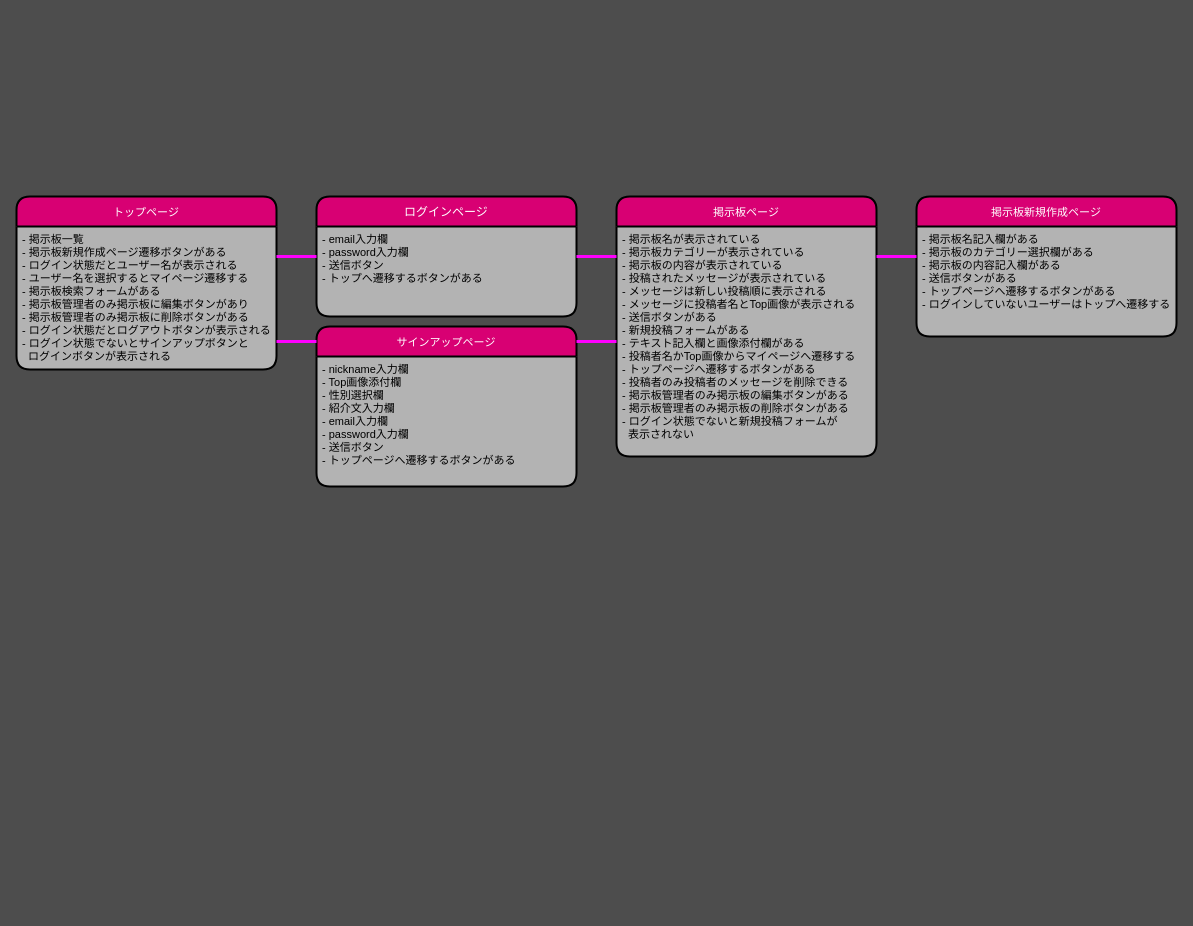
ko-dai0404/cluster-board keeps this draw.io diagram as transition.dio. Above is the earlier version. Source tidied: cells renumbered, new cells numbered last; positions are measured from the earlier drawing's top-left corner, leaving out a move shared by most shapes. Both pictures are drawn from the tidied source at 100%, with x=0, y=0 at pixel (16, 196).
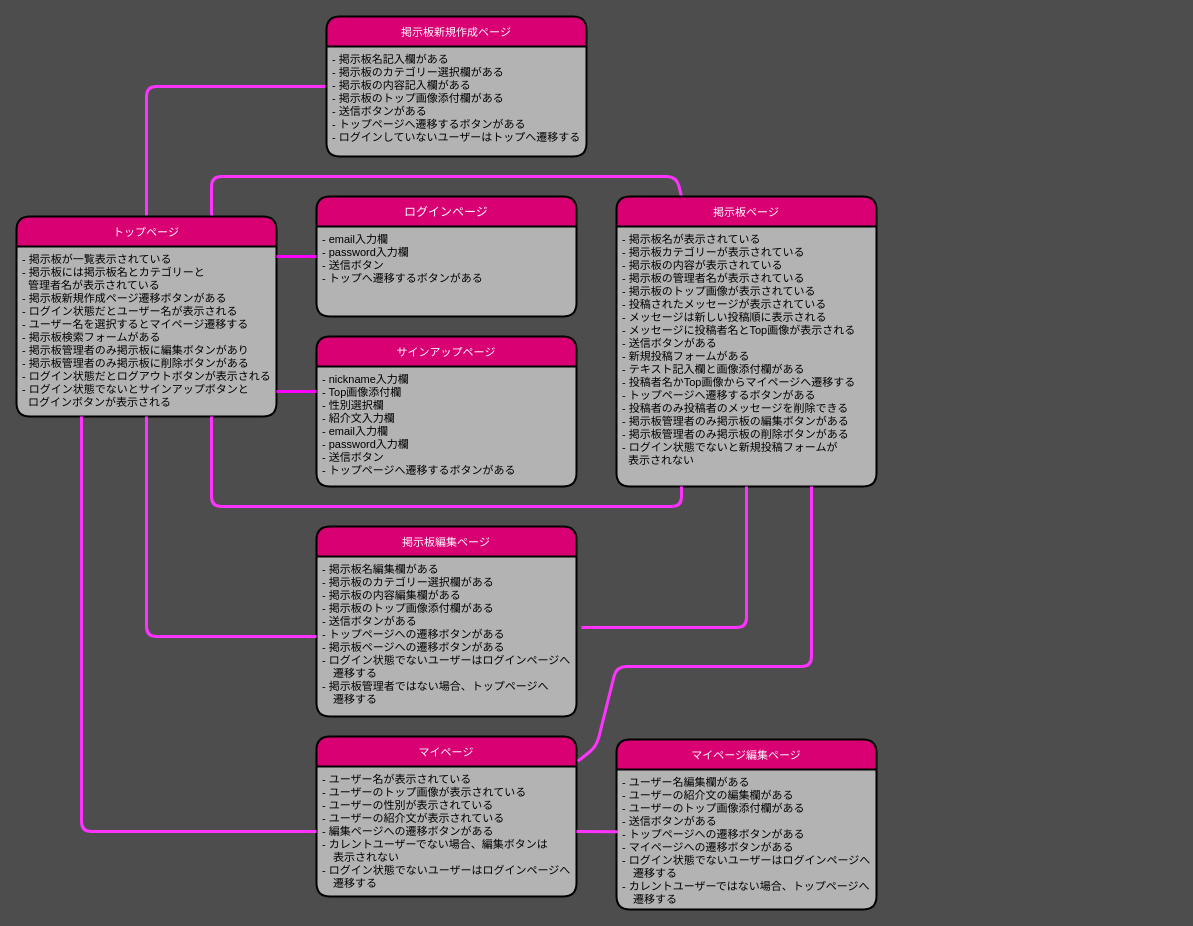
The same diagram, later.

Commit message:
画面遷移図修正

Diff of the diagram source:
```diff
@@
     <mxCell id="4" value="サインアップページ" style="swimlane;horizontal=1;startSize=30;rounded=1;fontSize=11;fontStyle=0;strokeWidth=2;shadow=0;dashed=0;align=center;fillColor=#d80073;fontColor=#ffffff;strokeColor=#000000;swimlaneFillColor=#B3B3B3;" parent="1" vertex="1">
-      <mxGeometry x="300" y="130" width="260" height="160" as="geometry" />
+      <mxGeometry x="300" y="140" width="260" height="150" as="geometry" />
     </mxCell>
     <mxCell id="5" value="- nickname入力欄&#10;- Top画像添付欄&#10;- 性別選択欄&#10;- 紹介文入力欄&#10;- email入力欄&#10;- password入力欄&#10;- 送信ボタン&#10;- トップページへ遷移するボタンがある" style="align=left;strokeColor=none;fillColor=none;spacingLeft=4;fontSize=11;verticalAlign=top;" parent="4" vertex="1">
-      <mxGeometry y="30" width="260" height="130" as="geometry" />
+      <mxGeometry y="30" width="260" height="120" as="geometry" />
     </mxCell>
+    <mxCell id="17" style="edgeStyle=none;html=1;exitX=0.75;exitY=0;exitDx=0;exitDy=0;entryX=0.25;entryY=0;entryDx=0;entryDy=0;endArrow=none;endFill=0;strokeColor=#FF33FF;strokeWidth=3;" parent="1" edge="1" source="6" target="10">
+      <mxGeometry relative="1" as="geometry">
+        <Array as="points">
+          <mxPoint x="195" y="-20" />
+          <mxPoint x="660" y="-20" />
+        </Array>
+      </mxGeometry>
+    </mxCell>
+    <mxCell id="18" style="edgeStyle=none;html=1;exitX=0.5;exitY=0;exitDx=0;exitDy=0;entryX=0;entryY=0.5;entryDx=0;entryDy=0;endArrow=none;endFill=0;strokeColor=#FF33FF;strokeWidth=3;" parent="1" edge="1" source="6" target="8">
+      <mxGeometry relative="1" as="geometry">
+        <Array as="points">
+          <mxPoint x="130" y="-110" />
+        </Array>
+      </mxGeometry>
+    </mxCell>
     <mxCell id="6" value="トップページ" style="swimlane;horizontal=1;startSize=30;rounded=1;fontSize=11;fontStyle=0;strokeWidth=2;shadow=0;dashed=0;align=center;fillColor=#d80073;fontColor=#ffffff;strokeColor=#000000;swimlaneFillColor=#B3B3B3;" parent="1" vertex="1">
-      <mxGeometry width="260" height="173" as="geometry" />
+      <mxGeometry y="20" width="260" height="200" as="geometry" />
     </mxCell>
-    <mxCell id="7" value="- 掲示板一覧&#10;- 掲示板新規作成ページ遷移ボタンがある&#10;- ログイン状態だとユーザー名が表示される&#10;- ユーザー名を選択するとマイページ遷移する&#10;- 掲示板検索フォームがある&#10;- 掲示板管理者のみ掲示板に編集ボタンがあり&#10;- 掲示板管理者のみ掲示板に削除ボタンがある&#10;- ログイン状態だとログアウトボタンが表示される&#10;- ログイン状態でないとサインアップボタンと&#10;  ログインボタンが表示される" style="align=left;strokeColor=none;fillColor=none;spacingLeft=4;fontSize=11;verticalAlign=top;" parent="6" vertex="1">
-      <mxGeometry y="30" width="260" height="143" as="geometry" />
+    <mxCell id="7" value="- 掲示板が一覧表示されている&#10;- 掲示板には掲示板名とカテゴリーと&#10;  管理者名が表示されている&#10;- 掲示板新規作成ページ遷移ボタンがある&#10;- ログイン状態だとユーザー名が表示される&#10;- ユーザー名を選択するとマイページ遷移する&#10;- 掲示板検索フォームがある&#10;- 掲示板管理者のみ掲示板に編集ボタンがあり&#10;- 掲示板管理者のみ掲示板に削除ボタンがある&#10;- ログイン状態だとログアウトボタンが表示される&#10;- ログイン状態でないとサインアップボタンと&#10;  ログインボタンが表示される" style="align=left;strokeColor=none;fillColor=none;spacingLeft=4;fontSize=11;verticalAlign=top;" parent="6" vertex="1">
+      <mxGeometry y="30" width="260" height="170" as="geometry" />
     </mxCell>
     <mxCell id="8" value="掲示板新規作成ページ" style="swimlane;horizontal=1;startSize=30;rounded=1;fontSize=11;fontStyle=0;strokeWidth=2;shadow=0;dashed=0;align=center;fillColor=#d80073;fontColor=#ffffff;strokeColor=#000000;swimlaneFillColor=#B3B3B3;" parent="1" vertex="1">
-      <mxGeometry x="900" width="260" height="140" as="geometry" />
+      <mxGeometry x="310" y="-180" width="260" height="140" as="geometry" />
     </mxCell>
-    <mxCell id="9" value="- 掲示板名記入欄がある&#10;- 掲示板のカテゴリー選択欄がある&#10;- 掲示板の内容記入欄がある&#10;- 送信ボタンがある&#10;- トップページへ遷移するボタンがある&#10;- ログインしていないユーザーはトップへ遷移する" style="align=left;strokeColor=none;fillColor=none;spacingLeft=4;fontSize=11;verticalAlign=top;" parent="8" vertex="1">
+    <mxCell id="9" value="- 掲示板名記入欄がある&#10;- 掲示板のカテゴリー選択欄がある&#10;- 掲示板の内容記入欄がある&#10;- 掲示板のトップ画像添付欄がある&#10;- 送信ボタンがある&#10;- トップページへ遷移するボタンがある&#10;- ログインしていないユーザーはトップへ遷移する" style="align=left;strokeColor=none;fillColor=none;spacingLeft=4;fontSize=11;verticalAlign=top;" parent="8" vertex="1">
       <mxGeometry y="30" width="260" height="110" as="geometry" />
     </mxCell>
     <mxCell id="10" value="掲示板ページ" style="swimlane;horizontal=1;startSize=30;rounded=1;fontSize=11;fontStyle=0;strokeWidth=2;shadow=0;dashed=0;align=center;fillColor=#d80073;fontColor=#ffffff;strokeColor=#000000;swimlaneFillColor=#B3B3B3;" parent="1" vertex="1">
-      <mxGeometry x="600" width="260" height="260" as="geometry" />
+      <mxGeometry x="600" width="260" height="290" as="geometry" />
     </mxCell>
-    <mxCell id="11" value="- 掲示板名が表示されている&#10;- 掲示板カテゴリーが表示されている&#10;- 掲示板の内容が表示されている&#10;- 投稿されたメッセージが表示されている&#10;- メッセージは新しい投稿順に表示される&#10;- メッセージに投稿者名とTop画像が表示される&#10;- 送信ボタンがある&#10;- 新規投稿フォームがある&#10;- テキスト記入欄と画像添付欄がある&#10;- 投稿者名かTop画像からマイページへ遷移する&#10;- トップページへ遷移するボタンがある&#10;- 投稿者のみ投稿者のメッセージを削除できる&#10;- 掲示板管理者のみ掲示板の編集ボタンがある&#10;- 掲示板管理者のみ掲示板の削除ボタンがある&#10;- ログイン状態でないと新規投稿フォームが&#10;  表示されない&#10;" style="align=left;strokeColor=none;fillColor=none;spacingLeft=4;fontSize=11;verticalAlign=top;" parent="10" vertex="1">
-      <mxGeometry y="30" width="260" height="230" as="geometry" />
+    <mxCell id="11" value="- 掲示板名が表示されている&#10;- 掲示板カテゴリーが表示されている&#10;- 掲示板の内容が表示されている&#10;- 掲示板の管理者名が表示されている&#10;- 掲示板のトップ画像が表示されている&#10;- 投稿されたメッセージが表示されている&#10;- メッセージは新しい投稿順に表示される&#10;- メッセージに投稿者名とTop画像が表示される&#10;- 送信ボタンがある&#10;- 新規投稿フォームがある&#10;- テキスト記入欄と画像添付欄がある&#10;- 投稿者名かTop画像からマイページへ遷移する&#10;- トップページへ遷移するボタンがある&#10;- 投稿者のみ投稿者のメッセージを削除できる&#10;- 掲示板管理者のみ掲示板の編集ボタンがある&#10;- 掲示板管理者のみ掲示板の削除ボタンがある&#10;- ログイン状態でないと新規投稿フォームが&#10;  表示されない&#10;" style="align=left;strokeColor=none;fillColor=none;spacingLeft=4;fontSize=11;verticalAlign=top;" parent="10" vertex="1">
+      <mxGeometry y="30" width="260" height="260" as="geometry" />
     </mxCell>
-    <mxCell id="12" style="line;strokeWidth=3;dashed=0;labelPosition=right;align=left;verticalAlign=middle;spacingTop=0;spacingLeft=6;fontSize=11;strokeColor=#FF00FF;" parent="1" vertex="1">
-      <mxGeometry x="560" y="55" width="40" height="10" as="geometry" />
-    </mxCell>
@@
-    <mxCell id="14" style="line;strokeWidth=3;dashed=0;labelPosition=right;align=left;verticalAlign=middle;spacingTop=0;spacingLeft=6;fontSize=11;strokeColor=#FF00FF;" parent="1" vertex="1">
-      <mxGeometry x="860" y="55" width="40" height="10" as="geometry" />
-    </mxCell>
     <mxCell id="15" style="line;strokeWidth=3;dashed=0;labelPosition=right;align=left;verticalAlign=middle;spacingTop=0;spacingLeft=6;fontSize=11;strokeColor=#FF00FF;" parent="1" vertex="1">
-      <mxGeometry x="260" y="140" width="40" height="10" as="geometry" />
+      <mxGeometry x="260" y="190" width="40" height="10" as="geometry" />
     </mxCell>
-    <mxCell id="16" style="line;strokeWidth=3;dashed=0;labelPosition=right;align=left;verticalAlign=middle;spacingTop=0;spacingLeft=6;fontSize=11;strokeColor=#FF00FF;" parent="1" vertex="1">
-      <mxGeometry x="560" y="140" width="40" height="10" as="geometry" />
-    </mxCell>
+    <mxCell id="19" value="マイページ" style="swimlane;horizontal=1;startSize=30;rounded=1;fontSize=11;fontStyle=0;strokeWidth=2;shadow=0;dashed=0;align=center;fillColor=#d80073;fontColor=#ffffff;strokeColor=#000000;swimlaneFillColor=#B3B3B3;" parent="1" vertex="1">
+      <mxGeometry x="300" y="540" width="260" height="160" as="geometry" />
+    </mxCell>
+    <mxCell id="20" value="- ユーザー名が表示されている&#10;- ユーザーのトップ画像が表示されている&#10;- ユーザーの性別が表示されている&#10;- ユーザーの紹介文が表示されている&#10;- 編集ページへの遷移ボタンがある&#10;- カレントユーザーでない場合、編集ボタンは&#10;　表示されない&#10;- ログイン状態でないユーザーはログインページへ&#10;　遷移する" style="align=left;strokeColor=none;fillColor=none;spacingLeft=4;fontSize=11;verticalAlign=top;" parent="19" vertex="1">
+      <mxGeometry y="30" width="260" height="130" as="geometry" />
+    </mxCell>
+    <mxCell id="21" value="マイページ編集ページ" style="swimlane;horizontal=1;startSize=30;rounded=1;fontSize=11;fontStyle=0;strokeWidth=2;shadow=0;dashed=0;align=center;fillColor=#d80073;fontColor=#ffffff;strokeColor=#000000;swimlaneFillColor=#B3B3B3;" parent="1" vertex="1">
+      <mxGeometry x="600" y="543" width="260" height="170" as="geometry" />
+    </mxCell>
+    <mxCell id="22" value="- ユーザー名編集欄がある&#10;- ユーザーの紹介文の編集欄がある&#10;- ユーザーのトップ画像添付欄がある&#10;- 送信ボタンがある&#10;- トップページへの遷移ボタンがある&#10;- マイページへの遷移ボタンがある&#10;- ログイン状態でないユーザーはログインページへ&#10;　遷移する&#10;- カレントユーザーではない場合、トップページへ&#10;　遷移する" style="align=left;strokeColor=none;fillColor=none;spacingLeft=4;fontSize=11;verticalAlign=top;" parent="21" vertex="1">
+      <mxGeometry y="30" width="260" height="140" as="geometry" />
+    </mxCell>
+    <mxCell id="23" value="掲示板編集ページ" style="swimlane;horizontal=1;startSize=30;rounded=1;fontSize=11;fontStyle=0;strokeWidth=2;shadow=0;dashed=0;align=center;fillColor=#d80073;fontColor=#ffffff;strokeColor=#000000;swimlaneFillColor=#B3B3B3;" parent="1" vertex="1">
+      <mxGeometry x="300" y="330" width="260" height="190" as="geometry" />
+    </mxCell>
+    <mxCell id="24" value="- 掲示板名編集欄がある&#10;- 掲示板のカテゴリー選択欄がある&#10;- 掲示板の内容編集欄がある&#10;- 掲示板のトップ画像添付欄がある&#10;- 送信ボタンがある&#10;- トップページへの遷移ボタンがある&#10;- 掲示板ページへの遷移ボタンがある&#10;- ログイン状態でないユーザーはログインページへ&#10;　遷移する&#10;- 掲示板管理者ではない場合、トップページへ&#10;　遷移する" style="align=left;strokeColor=none;fillColor=none;spacingLeft=4;fontSize=11;verticalAlign=top;" parent="23" vertex="1">
+      <mxGeometry y="30" width="260" height="160" as="geometry" />
+    </mxCell>
+    <mxCell id="25" style="edgeStyle=none;html=1;exitX=0.5;exitY=1;exitDx=0;exitDy=0;entryX=0;entryY=0.5;entryDx=0;entryDy=0;endArrow=none;endFill=0;strokeColor=#FF33FF;strokeWidth=3;" parent="1" edge="1" source="7" target="24">
+      <mxGeometry relative="1" as="geometry">
+        <Array as="points">
+          <mxPoint x="130" y="440" />
+        </Array>
+      </mxGeometry>
+    </mxCell>
+    <mxCell id="26" style="edgeStyle=none;html=1;exitX=0.75;exitY=1;exitDx=0;exitDy=0;entryX=0.25;entryY=1;entryDx=0;entryDy=0;endArrow=none;endFill=0;strokeColor=#FF33FF;strokeWidth=3;" parent="1" edge="1" source="7" target="11">
+      <mxGeometry relative="1" as="geometry">
+        <Array as="points">
+          <mxPoint x="195" y="310" />
+          <mxPoint x="665" y="310" />
+        </Array>
+      </mxGeometry>
+    </mxCell>
+    <mxCell id="27" style="edgeStyle=none;html=1;exitX=0.5;exitY=1;exitDx=0;exitDy=0;entryX=1.019;entryY=0.444;entryDx=0;entryDy=0;entryPerimeter=0;endArrow=none;endFill=0;strokeColor=#FF33FF;strokeWidth=3;" parent="1" edge="1" source="11" target="24">
+      <mxGeometry relative="1" as="geometry">
+        <Array as="points">
+          <mxPoint x="730" y="431" />
+        </Array>
+      </mxGeometry>
+    </mxCell>
+    <mxCell id="28" style="edgeStyle=none;html=1;exitX=0.25;exitY=1;exitDx=0;exitDy=0;entryX=0;entryY=0.5;entryDx=0;entryDy=0;endArrow=none;endFill=0;strokeColor=#FF33FF;strokeWidth=3;" parent="1" edge="1" source="7" target="20">
+      <mxGeometry relative="1" as="geometry">
+        <Array as="points">
+          <mxPoint x="65" y="635" />
+        </Array>
+      </mxGeometry>
+    </mxCell>
+    <mxCell id="29" style="edgeStyle=none;html=1;exitX=0.75;exitY=1;exitDx=0;exitDy=0;entryX=1.005;entryY=0.155;entryDx=0;entryDy=0;entryPerimeter=0;endArrow=none;endFill=0;strokeColor=#FF33FF;strokeWidth=3;" parent="1" edge="1" source="11" target="19">
+      <mxGeometry relative="1" as="geometry">
+        <Array as="points">
+          <mxPoint x="795" y="470" />
+          <mxPoint x="600" y="470" />
+          <mxPoint x="580" y="550" />
+        </Array>
+      </mxGeometry>
+    </mxCell>
+    <mxCell id="30" style="edgeStyle=none;html=1;exitX=1;exitY=0.5;exitDx=0;exitDy=0;entryX=0.005;entryY=0.445;entryDx=0;entryDy=0;entryPerimeter=0;endArrow=none;endFill=0;strokeColor=#FF33FF;strokeWidth=3;" parent="1" edge="1" source="20" target="22">
+      <mxGeometry relative="1" as="geometry" />
+    </mxCell>
```
